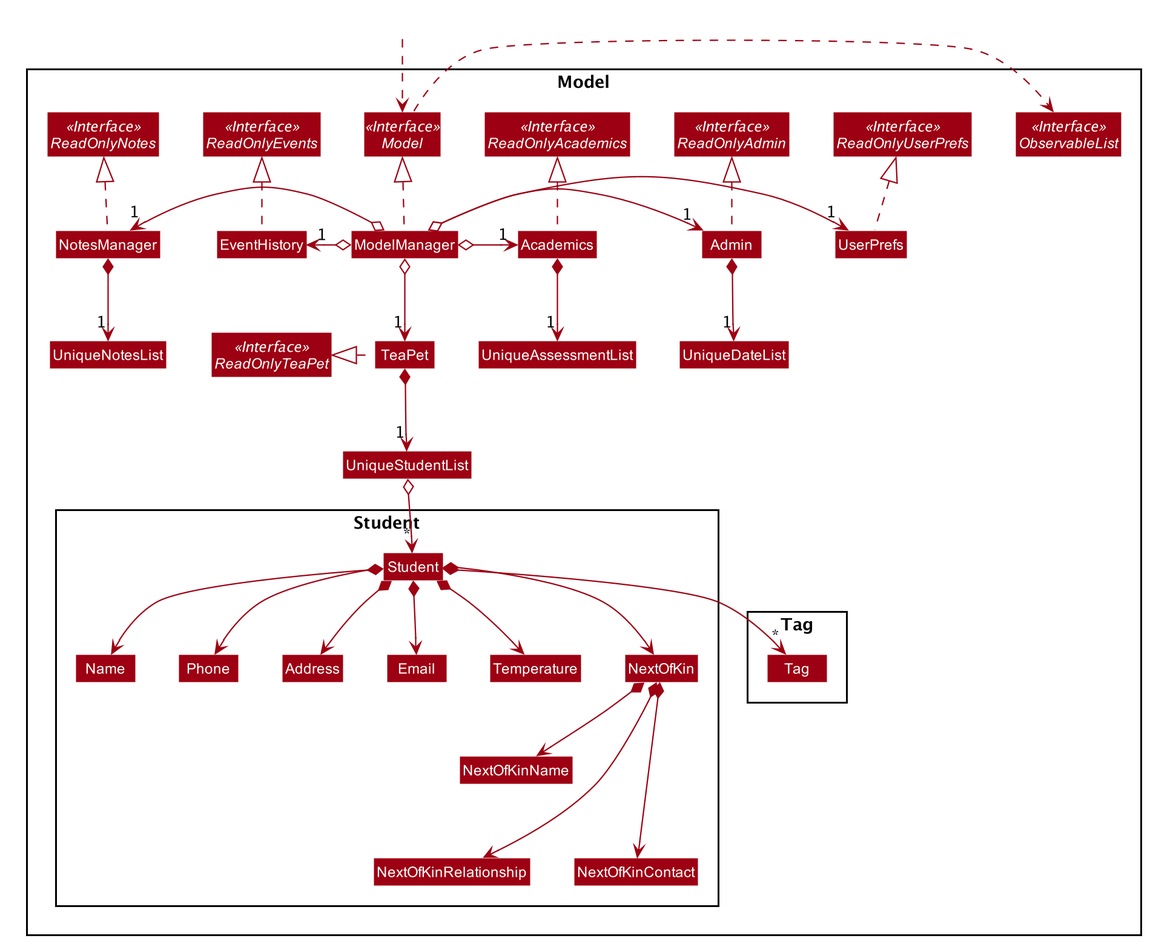
This is images/ModelClassDiagram.png from AY1920S2-CS2103T-W12-2/main, a PlantUML export, as it was before one commit.
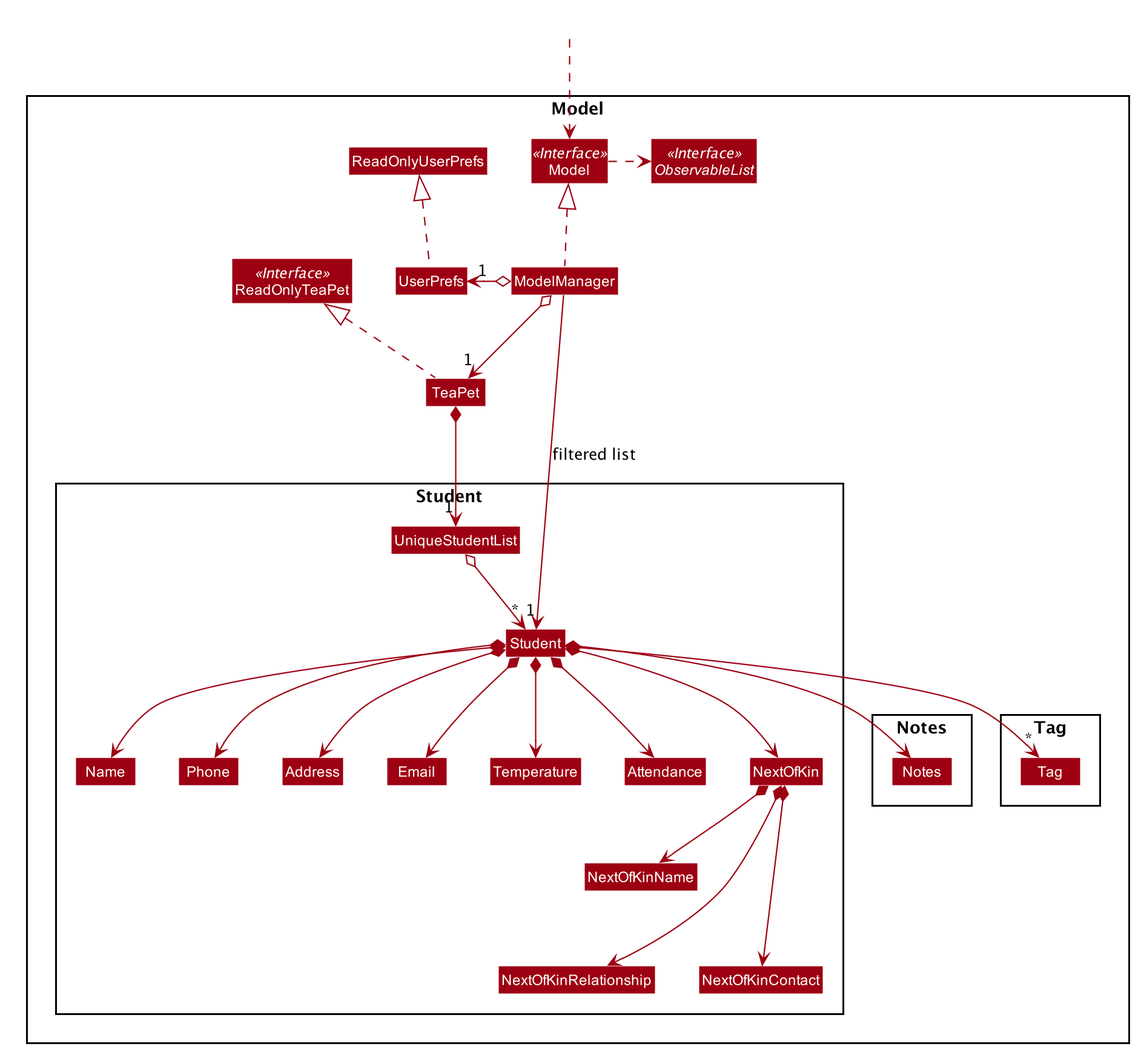
Above is the later version.

Change to the diagram source:
```diff
@@ -55,32 +55,13 @@
 Interface ReadOnlyTeaPet <<Interface>>
 Interface Model <<Interface>>
 Interface ObservableList <<Interface>>
-Interface ReadOnlyUserPrefs <<Interface>>
 Class TeaPet
+Class ReadOnlyTeaPet
+Class Model
 Class ModelManager
 Class UserPrefs
-
-Interface ReadOnlyAcademics <<Interface>>
-Interface ReadOnlyAdmin <<Interface>>
-Interface ReadOnlyNotes <<Interface>>
-Interface ReadOnlyEvents <<Interface>>
-
-Class Academics
-Class Admin
-Class NotesManager
-Class EventHistory
-Class UniqueStudentList
-Class UniqueAssessmentList
-Class UniqueDateList
-Class UniqueNotesList
-
-Academics .up.|> ReadOnlyAcademics
-Admin .up.|> ReadOnlyAdmin
-NotesManager .up.|> ReadOnlyNotes
-EventHistory .up.|> ReadOnlyEvents
-UserPrefs .up.|> ReadOnlyUserPrefs
-TeaPet .left.|> ReadOnlyTeaPet
-
+Class ReadOnlyUserPrefs
+Class Notes
 
 Package Student {
 Class Student
@@ -88,11 +69,17 @@
 Class Email
 Class Name
 Class Phone
+Class UniqueStudentList
 Class Temperature
+Class Attendance
 Class NextOfKin
 NextOfKin *--> NextOfKinName
 NextOfKin *---> NextOfKinRelationship
 NextOfKin *---> NextOfKinContact
+}
+
+Package Notes {
+Class Notes
 }
 
 Package Tag {
@@ -103,21 +90,15 @@
 Class HiddenOutside #FFFFFF
 HiddenOutside ..> Model
 
+TeaPet .up.|> ReadOnlyTeaPet
+
 ModelManager .up.|> Model
 Model .right.> ObservableList
 ModelManager o--> "1" TeaPet
-ModelManager o-right-> "1" Academics
-ModelManager o-right-> "1" Admin
-ModelManager o-left-> "1" NotesManager
-ModelManager o-left-> "1" EventHistory
-ModelManager o-right-> "1" UserPrefs
-
-Academics *--> "1" UniqueAssessmentList
-Admin *--> "1" UniqueDateList
-NotesManager *--> "1" UniqueNotesList
+ModelManager o-left-> "1" UserPrefs
+UserPrefs .up.|> ReadOnlyUserPrefs
 
 TeaPet *--> "1" UniqueStudentList
-
 UniqueStudentList o--> "*" Student
 Student *--> Name
 Student *--> Phone
@@ -125,11 +106,15 @@
 Student *--> Address
 Student *--> "*" Tag
 Student *--> Temperature
+Student *--> Attendance
 Student *--> NextOfKin
+Student *--> Notes
+
 
 
 Name -[hidden]right-> Phone
 Phone -[hidden]right-> Address
 Address -[hidden]right-> Email
 
+ModelManager -->"1" Student : filtered list
 @enduml
```
